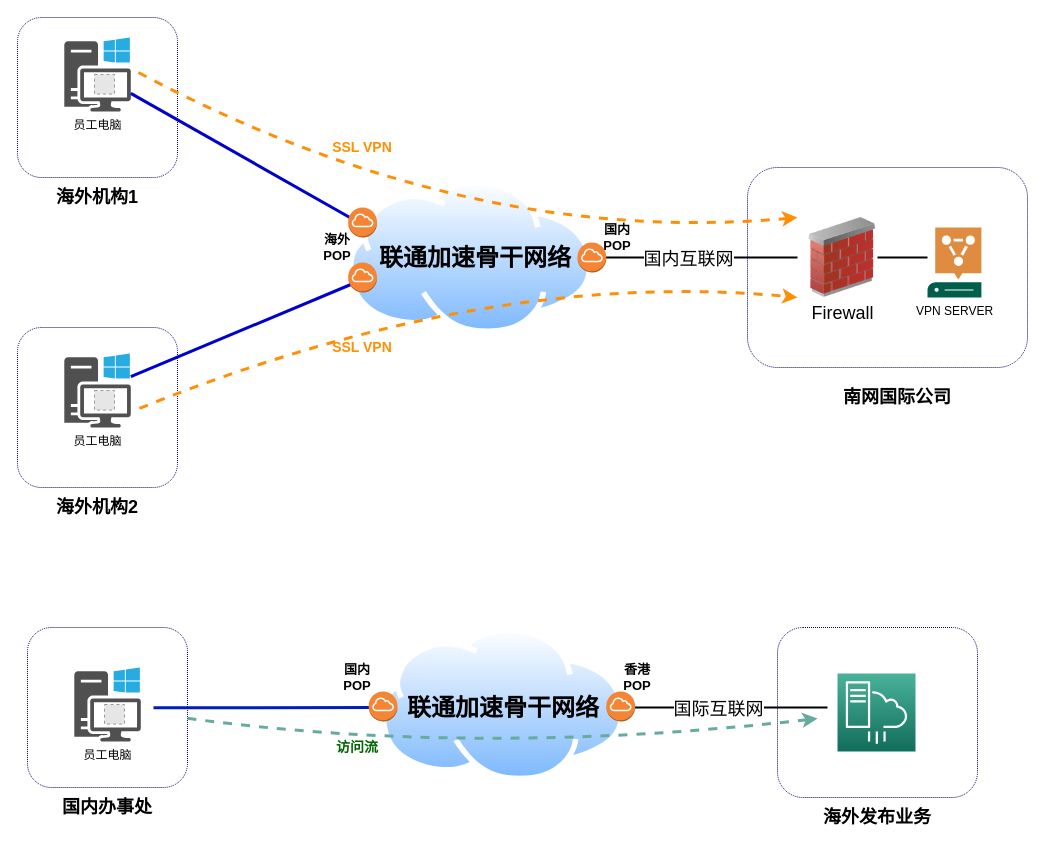
Earlier version of the draw.io diagram page "联通主标" (4 of 4) of 南网国际.drawio (ZILLIONTSANG/NetworkDiagrams). Source tidied: cells renumbered, new cells numbered last; positions are measured from the earlier drawing's top-left corner, leaving out a move shared by most shapes. Both pictures are drawn from the tidied source at 100%, with x=0, y=0 at pixel (17, 17). Pictures stored in the file or linked from it are replaced by grey dashed boxes.
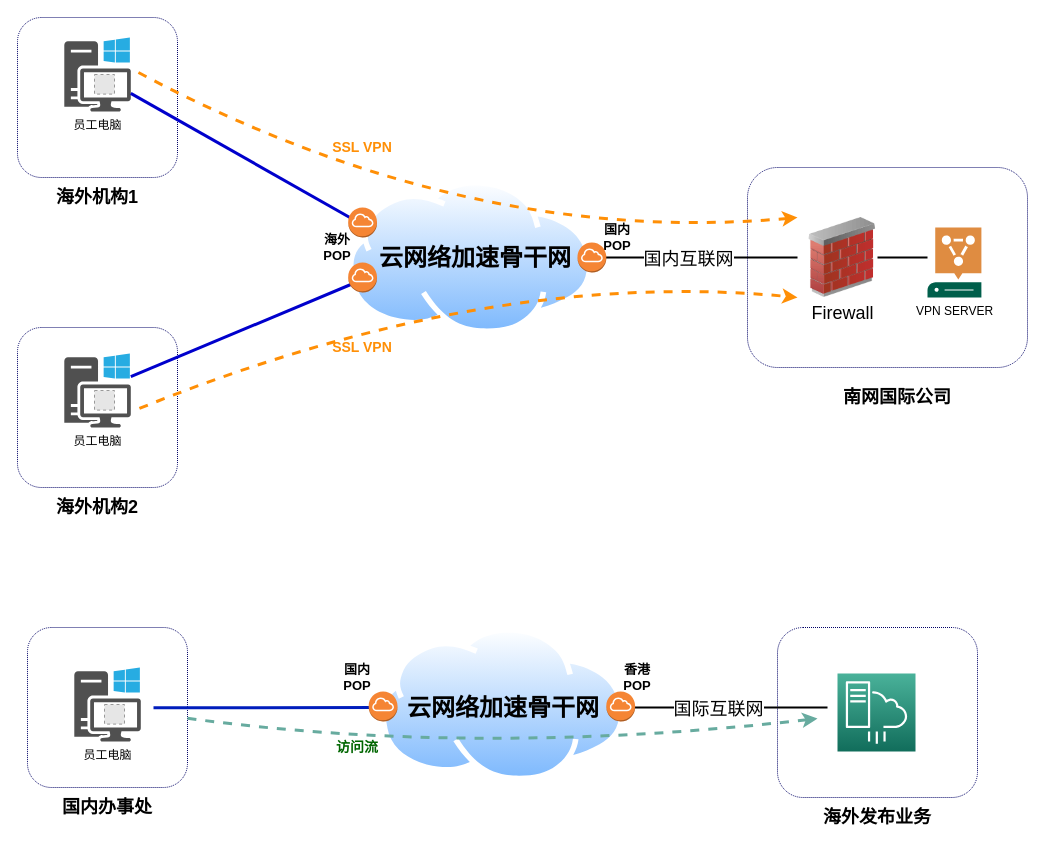
After the change.

Change to the diagram source:
```diff
@@
-    <mxCell id="35" value="&lt;b style=&quot;color: rgb(0, 0, 0); font-family: helvetica; font-size: 24px; font-style: normal; letter-spacing: normal; text-align: center; text-indent: 0px; text-transform: none; word-spacing: 0px;&quot;&gt;联通加速骨干网络&lt;/b&gt;" style="text;whiteSpace=wrap;html=1;" parent="1" vertex="1">
+    <mxCell id="35" value="&lt;b style=&quot;color: rgb(0 , 0 , 0) ; font-family: &amp;#34;helvetica&amp;#34; ; font-size: 24px ; font-style: normal ; letter-spacing: normal ; text-align: center ; text-indent: 0px ; text-transform: none ; word-spacing: 0px&quot;&gt;云网络加速骨干网&lt;/b&gt;" style="text;whiteSpace=wrap;html=1;" parent="1" vertex="1">
       <mxGeometry x="359.5" y="220" width="220" height="30" as="geometry" />
     </mxCell>
@@
-    <mxCell id="54" value="&lt;b style=&quot;color: rgb(0, 0, 0); font-family: helvetica; font-size: 24px; font-style: normal; letter-spacing: normal; text-align: center; text-indent: 0px; text-transform: none; word-spacing: 0px;&quot;&gt;联通加速骨干网络&lt;/b&gt;" style="text;whiteSpace=wrap;html=1;" parent="1" vertex="1">
+    <mxCell id="54" value="&lt;b style=&quot;font-family: &amp;#34;helvetica&amp;#34; ; font-size: 24px ; text-align: center&quot;&gt;云网络加速骨干网&lt;/b&gt;" style="text;whiteSpace=wrap;html=1;" parent="1" vertex="1">
       <mxGeometry x="387.9" y="670" width="220" height="30" as="geometry" />
     </mxCell>
```
